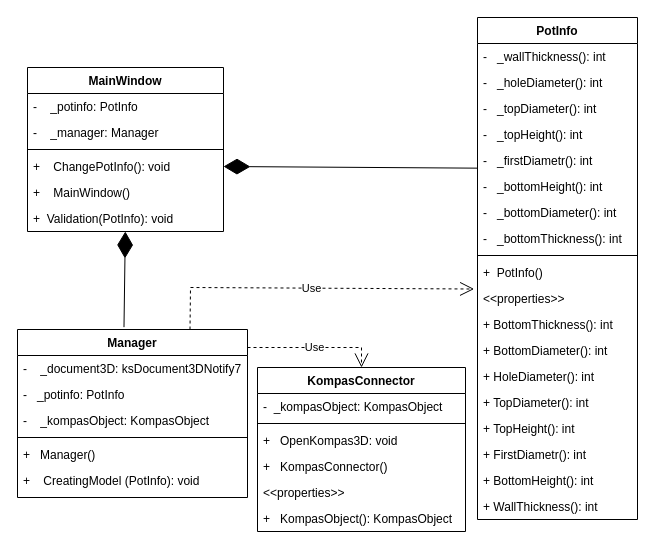
This is Docs/uml.drawio from Pen9uinchi/ORSAPR, a draw.io file, before an edit. Source tidied: cells renumbered, new cells numbered last; positions are measured from the earlier drawing's top-left corner, leaving out a move shared by most shapes. Both pictures are drawn from the tidied source at 100%, with x=0, y=0 at pixel (17, 17).
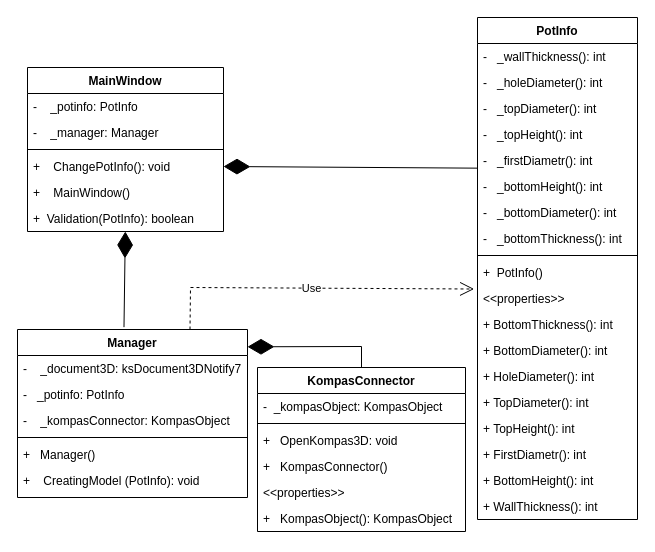
The same page after the edit.

Unchanged cells that the change refers to:
```xml
<mxCell id="2" value="Manager" style="swimlane;fontStyle=1;align=center;verticalAlign=top;horizontal=1;startSize=26;" parent="1" vertex="1">
  <mxGeometry y="312" width="230" height="168" as="geometry" />
</mxCell>
<mxCell id="12" value="MainWindow" style="swimlane;fontStyle=1;align=center;verticalAlign=top;horizontal=1;startSize=26;" parent="1" vertex="1">
  <mxGeometry x="10" y="50" width="196" height="164" as="geometry" />
</mxCell>
<mxCell id="19" value="KompasConnector" style="swimlane;fontStyle=1;align=center;verticalAlign=top;horizontal=1;startSize=26;" parent="1" vertex="1">
  <mxGeometry x="240" y="350" width="208" height="164" as="geometry" />
</mxCell>
```

The edit, as a diff of the source:
```diff
@@
-    <mxCell id="5" value="-    _kompasObject: KompasObject" style="text;strokeColor=none;fillColor=none;align=left;verticalAlign=top;spacingLeft=4;spacingRight=4;overflow=hidden;" parent="2" vertex="1">
-      <mxGeometry y="78" width="230" height="26" as="geometry" />
-    </mxCell>
+    <mxCell id="47" value="-    _kompasConnector: KompasObject" style="text;strokeColor=none;fillColor=none;align=left;verticalAlign=top;spacingLeft=4;spacingRight=4;overflow=hidden;" parent="2" vertex="1">
+      <mxGeometry y="78" width="230" height="26" as="geometry" />
+    </mxCell>
@@
-    <mxCell id="9" style="endArrow=diamondThin;endFill=1;endSize=24;html=1;rounded=0;exitX=0.463;exitY=-0.014;exitDx=0;exitDy=0;exitPerimeter=0;" parent="1" edge="1" source="2" target="18">
-      <mxGeometry relative="1" as="geometry" />
-    </mxCell>
+    <mxCell id="48" style="endArrow=diamondThin;endFill=1;endSize=24;html=1;rounded=0;exitX=0.463;exitY=-0.014;exitDx=0;exitDy=0;exitPerimeter=0;" parent="1" edge="1" source="2" target="49">
+      <mxGeometry relative="1" as="geometry" />
+    </mxCell>
@@
-    <mxCell id="18" value="+  Validation(PotInfo): void" style="text;strokeColor=none;fillColor=none;align=left;verticalAlign=top;spacingLeft=4;spacingRight=4;overflow=hidden;points=[[0,0.5],[1,0.5]];portConstraint=eastwest;" parent="12" vertex="1">
-      <mxGeometry y="138" width="196" height="26" as="geometry" />
-    </mxCell>
+    <mxCell id="49" value="+  Validation(PotInfo): boolean" style="text;strokeColor=none;fillColor=none;align=left;verticalAlign=top;spacingLeft=4;spacingRight=4;overflow=hidden;points=[[0,0.5],[1,0.5]];portConstraint=eastwest;" parent="12" vertex="1">
+      <mxGeometry y="138" width="196" height="26" as="geometry" />
+    </mxCell>
@@
-    <mxCell id="46" value="Use" style="endArrow=open;endSize=12;dashed=1;html=1;rounded=0;entryX=0.5;entryY=0;entryDx=0;entryDy=0;" parent="1" edge="1" target="19">
-      <mxGeometry relative="1" as="geometry">
-        <mxPoint x="230" y="330" as="sourcePoint" />
-        <Array as="points">
-          <mxPoint x="344" y="330" />
-        </Array>
-      </mxGeometry>
-    </mxCell>
+    <mxCell id="50" style="endArrow=diamondThin;endFill=1;endSize=24;html=1;rounded=0;exitX=0.5;exitY=0;exitDx=0;exitDy=0;entryX=1;entryY=0.103;entryDx=0;entryDy=0;entryPerimeter=0;" parent="1" edge="1" source="19" target="2">
+      <mxGeometry relative="1" as="geometry">
+        <Array as="points">
+          <mxPoint x="344" y="329" />
+        </Array>
+      </mxGeometry>
+    </mxCell>
```
